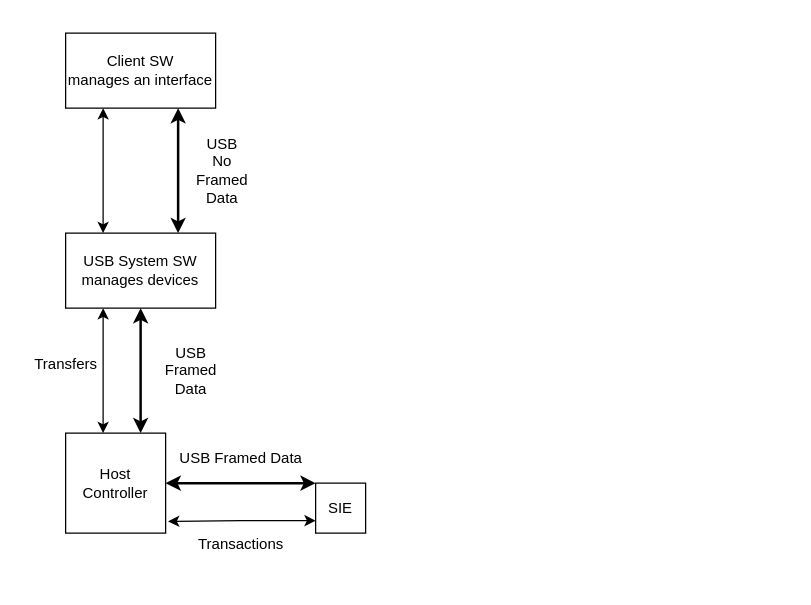
The draw.io diagram page "第 3 页" (3 of 4) of USB 控制器与 phy.drawio in Vinson-001/Blog-flow-chart, before the edit. Source tidied: cells renumbered, new cells numbered last; positions are measured from the earlier drawing's top-left corner, leaving out a move shared by most shapes. Both pictures are drawn from the tidied source at 125%, with x=0, y=0 at pixel (21, 32).
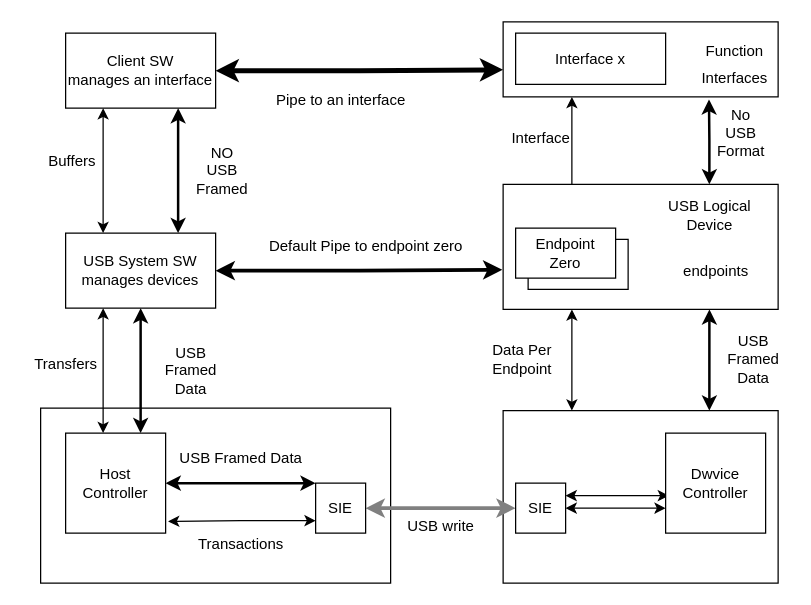
The same page after the edit.

Commit message:
更新USB 控制器与 phy.drawio

Unchanged cells that the change refers to:
```xml
<mxCell id="2" value="Client SW&lt;br&gt;manages an interface" style="rounded=0;whiteSpace=wrap;html=1;" parent="1" vertex="1">
  <mxGeometry x="35" width="120" height="60" as="geometry" />
</mxCell>
<mxCell id="6" value="USB System SW&lt;br&gt;manages devices" style="rounded=0;whiteSpace=wrap;html=1;" parent="1" vertex="1">
  <mxGeometry x="35" y="160" width="120" height="60" as="geometry" />
</mxCell>
<mxCell id="11" value="SIE" style="rounded=0;whiteSpace=wrap;html=1;" parent="1" vertex="1">
  <mxGeometry x="235" y="360" width="40" height="40" as="geometry" />
</mxCell>
```

Change to the diagram source:
```diff
@@
+    <mxCell id="17" style="rounded=0;whiteSpace=wrap;html=1;fillColor=none;" parent="1" vertex="1">
+      <mxGeometry x="385" y="302" width="220" height="138" as="geometry" />
+    </mxCell>
+    <mxCell id="18" style="rounded=0;whiteSpace=wrap;html=1;fillColor=none;" parent="1" vertex="1">
+      <mxGeometry x="15" y="300" width="280" height="140" as="geometry" />
+    </mxCell>
+    <mxCell id="19" style="edgeStyle=orthogonalEdgeStyle;rounded=0;jettySize=auto;html=1;exitX=1;exitY=0.5;exitDx=0;exitDy=0;entryX=0;entryY=0.639;entryDx=0;entryDy=0;entryPerimeter=0;startArrow=classic;startFill=1;strokeWidth=4;" parent="1" edge="1" source="2" target="40">
+      <mxGeometry relative="1" as="geometry" />
+    </mxCell>
@@
+    <mxCell id="20" style="edgeStyle=orthogonalEdgeStyle;rounded=0;jettySize=auto;html=1;exitX=1;exitY=0.5;exitDx=0;exitDy=0;entryX=-0.003;entryY=0.683;entryDx=0;entryDy=0;entryPerimeter=0;startArrow=classic;startFill=1;strokeWidth=3;" parent="1" edge="1" source="6" target="31">
+      <mxGeometry relative="1" as="geometry" />
+    </mxCell>
@@
+    <mxCell id="21" style="edgeStyle=orthogonalEdgeStyle;rounded=0;jettySize=auto;html=1;exitX=1;exitY=0.5;exitDx=0;exitDy=0;entryX=0;entryY=0.5;entryDx=0;entryDy=0;startArrow=classic;startFill=1;strokeWidth=3;strokeColor=#808080;" parent="1" edge="1" source="11" target="24">
+      <mxGeometry relative="1" as="geometry" />
+    </mxCell>
@@
-    <mxCell id="16" value="USB&lt;br&gt;No&lt;br&gt;Framed&lt;br&gt;Data" style="text;html=1;align=center;verticalAlign=middle;strokeColor=none;fillColor=none;" parent="1" vertex="1">
-      <mxGeometry x="130" y="75" width="60" height="70" as="geometry" />
+    <mxCell id="16" value="NO&lt;br&gt;USB&lt;br&gt;Framed" style="text;html=1;align=center;verticalAlign=middle;strokeColor=none;fillColor=none;" parent="1" vertex="1">
+      <mxGeometry x="130" y="80" width="60" height="60" as="geometry" />
     </mxCell>
+    <mxCell id="22" value="Buffers" style="text;html=1;align=center;verticalAlign=middle;strokeColor=none;fillColor=none;" parent="1" vertex="1">
+      <mxGeometry x="10" y="88" width="60" height="30" as="geometry" />
+    </mxCell>
+    <mxCell id="23" style="edgeStyle=orthogonalEdgeStyle;rounded=0;jettySize=auto;html=1;exitX=1;exitY=0.25;exitDx=0;exitDy=0;entryX=0.033;entryY=0.625;entryDx=0;entryDy=0;entryPerimeter=0;startArrow=classic;startFill=1;" parent="1" edge="1" source="24" target="26">
+      <mxGeometry relative="1" as="geometry" />
+    </mxCell>
+    <mxCell id="24" value="SIE" style="rounded=0;whiteSpace=wrap;html=1;" parent="1" vertex="1">
+      <mxGeometry x="395" y="360" width="40" height="40" as="geometry" />
+    </mxCell>
+    <mxCell id="25" style="edgeStyle=orthogonalEdgeStyle;rounded=0;jettySize=auto;html=1;exitX=0;exitY=0.75;exitDx=0;exitDy=0;entryX=1;entryY=0.5;entryDx=0;entryDy=0;startArrow=classic;startFill=1;" parent="1" edge="1" source="26" target="24">
+      <mxGeometry relative="1" as="geometry" />
+    </mxCell>
+    <mxCell id="26" value="Dwvice&lt;br&gt;Controller" style="rounded=0;whiteSpace=wrap;html=1;" parent="1" vertex="1">
+      <mxGeometry x="515" y="320" width="80" height="80" as="geometry" />
+    </mxCell>
+    <mxCell id="27" style="edgeStyle=orthogonalEdgeStyle;rounded=0;jettySize=auto;html=1;exitX=0.25;exitY=0;exitDx=0;exitDy=0;entryX=0.25;entryY=1;entryDx=0;entryDy=0;startArrow=classic;startFill=1;" parent="1" edge="1" source="17" target="31">
+      <mxGeometry relative="1" as="geometry" />
+    </mxCell>
+    <mxCell id="28" style="edgeStyle=orthogonalEdgeStyle;rounded=0;jettySize=auto;html=1;exitX=0.75;exitY=0;exitDx=0;exitDy=0;entryX=0.75;entryY=1;entryDx=0;entryDy=0;startArrow=classic;startFill=1;strokeWidth=2;" parent="1" edge="1" source="17" target="31">
+      <mxGeometry relative="1" as="geometry" />
+    </mxCell>
+    <mxCell id="29" style="edgeStyle=orthogonalEdgeStyle;rounded=0;jettySize=auto;html=1;exitX=0.25;exitY=0;exitDx=0;exitDy=0;entryX=0.25;entryY=1;entryDx=0;entryDy=0;" parent="1" edge="1" source="31" target="40">
+      <mxGeometry relative="1" as="geometry" />
+    </mxCell>
+    <mxCell id="30" style="edgeStyle=orthogonalEdgeStyle;rounded=0;jettySize=auto;html=1;exitX=0.75;exitY=0;exitDx=0;exitDy=0;entryX=0.246;entryY=1.067;entryDx=0;entryDy=0;entryPerimeter=0;strokeWidth=2;startArrow=classic;startFill=1;" parent="1" edge="1" source="31" target="42">
+      <mxGeometry relative="1" as="geometry" />
+    </mxCell>
+    <mxCell id="31" style="rounded=0;whiteSpace=wrap;html=1;fillColor=none;" parent="1" vertex="1">
+      <mxGeometry x="385" y="121" width="220" height="100" as="geometry" />
+    </mxCell>
+    <mxCell id="32" value="endpoints" style="text;html=1;align=center;verticalAlign=middle;strokeColor=none;fillColor=none;" parent="1" vertex="1">
+      <mxGeometry x="515" y="176" width="80" height="30" as="geometry" />
+    </mxCell>
+    <mxCell id="33" value="USB Logical&lt;br&gt;Device" style="text;html=1;align=center;verticalAlign=middle;strokeColor=none;fillColor=none;" parent="1" vertex="1">
+      <mxGeometry x="505" y="126" width="90" height="40" as="geometry" />
+    </mxCell>
+    <mxCell id="34" value="USB&lt;br&gt;Framed&lt;br&gt;Data" style="text;html=1;align=center;verticalAlign=middle;strokeColor=none;fillColor=none;" parent="1" vertex="1">
+      <mxGeometry x="555" y="231" width="60" height="60" as="geometry" />
+    </mxCell>
+    <mxCell id="35" style="group;" parent="1" vertex="1">
+      <mxGeometry x="395" y="156" width="90" height="49" as="geometry" />
+    </mxCell>
+    <mxCell id="36" style="rounded=0;whiteSpace=wrap;html=1;" parent="35" vertex="1">
+      <mxGeometry x="10" y="9" width="80" height="40" as="geometry" />
+    </mxCell>
+    <mxCell id="37" value="Endpoint&lt;br&gt;Zero" style="rounded=0;whiteSpace=wrap;html=1;" parent="35" vertex="1">
+      <mxGeometry width="80" height="40" as="geometry" />
+    </mxCell>
+    <mxCell id="38" value="Data Per&lt;br&gt;Endpoint" style="text;html=1;align=center;verticalAlign=middle;strokeColor=none;fillColor=none;" parent="1" vertex="1">
+      <mxGeometry x="365" y="241" width="70" height="40" as="geometry" />
+    </mxCell>
+    <mxCell id="39" value="Interface x" style="rounded=0;whiteSpace=wrap;html=1;" parent="1" vertex="1">
+      <mxGeometry x="395" width="120" height="41" as="geometry" />
+    </mxCell>
+    <mxCell id="40" style="rounded=0;whiteSpace=wrap;html=1;fillColor=none;" parent="1" vertex="1">
+      <mxGeometry x="385" y="-9" width="220" height="60" as="geometry" />
+    </mxCell>
+    <mxCell id="41" value="Function" style="text;html=1;align=center;verticalAlign=middle;strokeColor=none;fillColor=none;" parent="1" vertex="1">
+      <mxGeometry x="535" width="70" height="30" as="geometry" />
+    </mxCell>
+    <mxCell id="42" value="Interfaces" style="text;html=1;align=center;verticalAlign=middle;points=[];strokeColor=none;fillColor=none;" parent="1" vertex="1">
+      <mxGeometry x="530" y="21" width="80" height="30" as="geometry" />
+    </mxCell>
+    <mxCell id="43" value="No&lt;br&gt;USB &lt;br&gt;Format" style="text;html=1;align=center;verticalAlign=middle;strokeColor=none;fillColor=none;" parent="1" vertex="1">
+      <mxGeometry x="545" y="50" width="60" height="60" as="geometry" />
+    </mxCell>
+    <mxCell id="44" value="Interface" style="text;html=1;align=center;verticalAlign=middle;strokeColor=none;fillColor=none;" parent="1" vertex="1">
+      <mxGeometry x="380" y="69" width="70" height="30" as="geometry" />
+    </mxCell>
+    <mxCell id="45" value="Pipe to an interface" style="text;html=1;align=center;verticalAlign=middle;strokeColor=none;fillColor=none;" parent="1" vertex="1">
+      <mxGeometry x="190" y="39" width="130" height="30" as="geometry" />
+    </mxCell>
+    <mxCell id="46" value="Default Pipe to endpoint zero" style="text;html=1;align=center;verticalAlign=middle;strokeColor=none;fillColor=none;" parent="1" vertex="1">
+      <mxGeometry x="185" y="156" width="180" height="30" as="geometry" />
+    </mxCell>
+    <mxCell id="47" value="USB write" style="text;html=1;align=center;verticalAlign=middle;strokeColor=none;fillColor=none;" parent="1" vertex="1">
+      <mxGeometry x="295" y="380" width="80" height="30" as="geometry" />
+    </mxCell>
```
